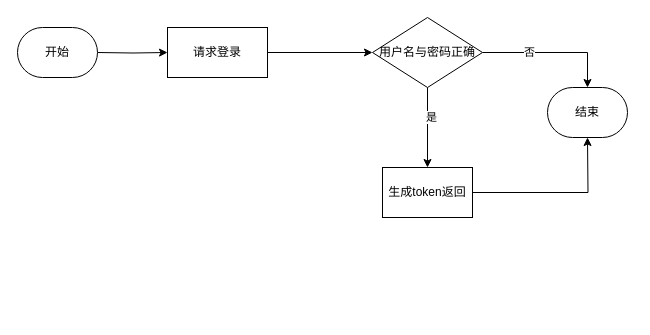
Above: drawio/nct_oauth_arch.drawio in hl3482477/BigDataLearnIng (draw.io), before the change. Source tidied: cells renumbered, new cells numbered last; positions are measured from the earlier drawing's top-left corner, leaving out a move shared by most shapes. Both pictures are drawn from the tidied source at 100%, with x=0, y=0 at pixel (17, 17).
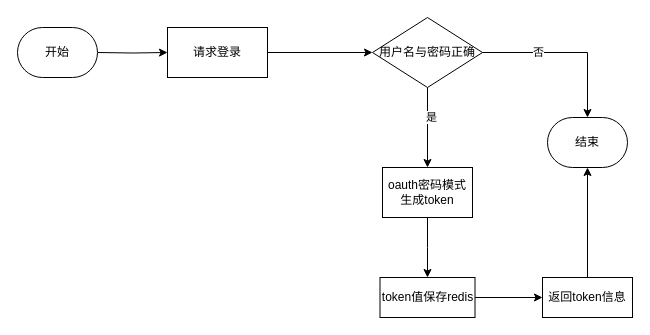
After the change.

Diff of the diagram source:
```diff
@@
 <mxGraphModel>
   <root>
     <mxCell id="0" />
     <mxCell id="1" parent="0" />
     <mxCell id="2" style="edgeStyle=orthogonalEdgeStyle;rounded=0;jettySize=auto;html=1;exitX=1;exitY=0.5;exitDx=0;exitDy=0;exitPerimeter=0;entryX=0;entryY=0.5;entryDx=0;entryDy=0;" parent="1" edge="1" target="4">
       <mxGeometry relative="1" as="geometry">
         <mxPoint x="80" y="35" as="sourcePoint" />
       </mxGeometry>
     </mxCell>
     <mxCell id="3" style="edgeStyle=orthogonalEdgeStyle;rounded=0;jettySize=auto;html=1;" parent="1" edge="1" source="4" target="9">
       <mxGeometry relative="1" as="geometry" />
     </mxCell>
     <mxCell id="4" value="请求登录" style="rounded=0;whiteSpace=wrap;html=1;" parent="1" vertex="1">
       <mxGeometry x="150" y="10" width="100" height="50" as="geometry" />
     </mxCell>
     <mxCell id="5" style="edgeStyle=orthogonalEdgeStyle;rounded=0;jettySize=auto;html=1;exitX=1;exitY=0.5;exitDx=0;exitDy=0;entryX=0.5;entryY=0;entryDx=0;entryDy=0;" parent="1" edge="1" source="9" target="13">
       <mxGeometry relative="1" as="geometry" />
     </mxCell>
     <mxCell id="6" value="否" style="edgeLabel;html=1;align=center;verticalAlign=middle;" parent="5" vertex="1">
       <mxGeometry x="-0.35" y="1" relative="1" as="geometry" />
     </mxCell>
     <mxCell id="7" style="edgeStyle=orthogonalEdgeStyle;rounded=0;jettySize=auto;html=1;" parent="1" edge="1" source="9" target="11">
       <mxGeometry relative="1" as="geometry" />
     </mxCell>
     <mxCell id="8" value="是" style="edgeLabel;html=1;align=center;verticalAlign=middle;" parent="7" vertex="1">
       <mxGeometry x="-0.27" y="3" relative="1" as="geometry" />
     </mxCell>
     <mxCell id="9" value="用户名与密码正确" style="rhombus;whiteSpace=wrap;html=1;" parent="1" vertex="1">
       <mxGeometry x="355" width="110" height="70" as="geometry" />
     </mxCell>
-    <mxCell id="10" style="edgeStyle=orthogonalEdgeStyle;rounded=0;jettySize=auto;html=1;exitX=1;exitY=0.5;exitDx=0;exitDy=0;entryX=0.5;entryY=1;entryDx=0;entryDy=0;entryPerimeter=0;" parent="1" edge="1" source="11">
-      <mxGeometry relative="1" as="geometry">
-        <mxPoint x="570" y="120" as="targetPoint" />
-      </mxGeometry>
-    </mxCell>
+    <mxCell id="14" style="edgeStyle=orthogonalEdgeStyle;rounded=0;jettySize=auto;html=1;" parent="1" edge="1" source="11">
+      <mxGeometry relative="1" as="geometry">
+        <mxPoint x="410" y="260" as="targetPoint" />
+      </mxGeometry>
+    </mxCell>
-    <mxCell id="11" value="生成token返回" style="rounded=0;whiteSpace=wrap;html=1;" parent="1" vertex="1">
+    <mxCell id="11" value="oauth密码模式生成token" style="rounded=0;whiteSpace=wrap;html=1;" parent="1" vertex="1">
       <mxGeometry x="365" y="150" width="90" height="50" as="geometry" />
     </mxCell>
     <mxCell id="12" value="开始" style="rounded=1;whiteSpace=wrap;html=1;arcSize=50;" parent="1" vertex="1">
       <mxGeometry y="10" width="80" height="50" as="geometry" />
     </mxCell>
     <mxCell id="13" value="结束" style="rounded=1;whiteSpace=wrap;html=1;arcSize=50;" parent="1" vertex="1">
-      <mxGeometry x="530" y="70" width="80" height="50" as="geometry" />
+      <mxGeometry x="530" y="100" width="80" height="50" as="geometry" />
     </mxCell>
+    <mxCell id="15" style="edgeStyle=orthogonalEdgeStyle;rounded=0;jettySize=auto;html=1;exitX=1;exitY=0.5;exitDx=0;exitDy=0;entryX=0;entryY=0.5;entryDx=0;entryDy=0;" parent="1" edge="1" source="16" target="18">
+      <mxGeometry relative="1" as="geometry" />
+    </mxCell>
+    <mxCell id="16" value="token值保存redis" style="rounded=0;whiteSpace=wrap;html=1;" parent="1" vertex="1">
+      <mxGeometry x="362.5" y="260" width="95" height="40" as="geometry" />
+    </mxCell>
+    <mxCell id="17" style="edgeStyle=orthogonalEdgeStyle;rounded=0;jettySize=auto;html=1;exitX=0.5;exitY=0;exitDx=0;exitDy=0;" parent="1" edge="1" source="18" target="13">
+      <mxGeometry relative="1" as="geometry" />
+    </mxCell>
+    <mxCell id="18" value="返回token信息" style="rounded=0;whiteSpace=wrap;html=1;" parent="1" vertex="1">
+      <mxGeometry x="525" y="260" width="90" height="40" as="geometry" />
+    </mxCell>
   </root>
 </mxGraphModel>
```
